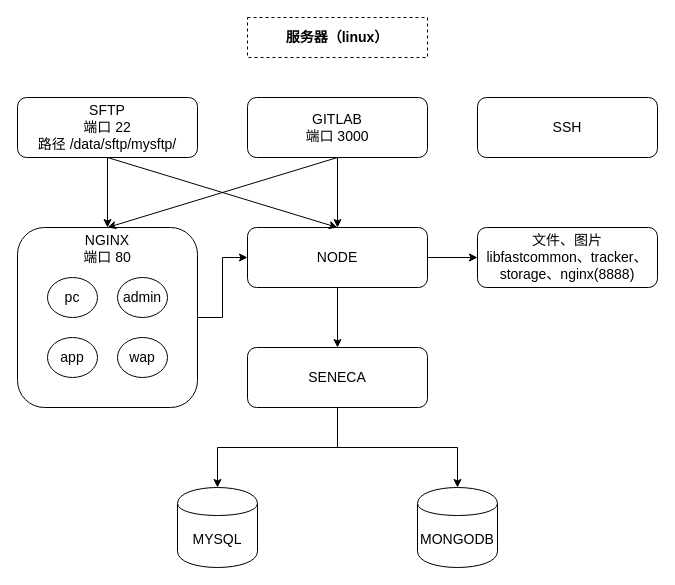
This is 整体系统结构.drawio from 8230459/drawio, a draw.io file, before an edit. Source tidied: cells renumbered, new cells numbered last; positions are measured from the earlier drawing's top-left corner, leaving out a move shared by most shapes. Both pictures are drawn from the tidied source at 100%, with x=0, y=0 at pixel (17, 17).
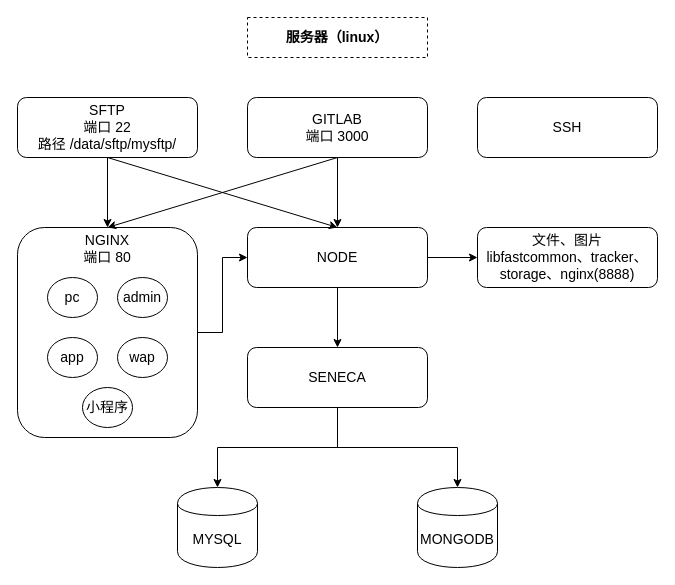
The same page after the edit.

Commit message:
Update 整体系统结构.drawio

The edit, as a diff of the source:
```diff
@@
     <mxCell id="11" value="NGINX&#10;端口 80" style="rounded=1;whiteSpace=wrap;strokeWidth=1;fontSize=14;fontStyle=0;fontFamily=Helvetica;verticalAlign=top;horizontal=1;spacing=0;" parent="1" vertex="1">
-      <mxGeometry y="210" width="180" height="180" as="geometry" />
+      <mxGeometry y="210" width="180" height="210" as="geometry" />
     </mxCell>
@@
+    <mxCell id="25" value="小程序" style="ellipse;whiteSpace=wrap;html=1;strokeWidth=1;fontFamily=Helvetica;fontSize=14;" parent="1" vertex="1">
+      <mxGeometry x="65" y="370" width="50" height="40" as="geometry" />
+    </mxCell>
```
